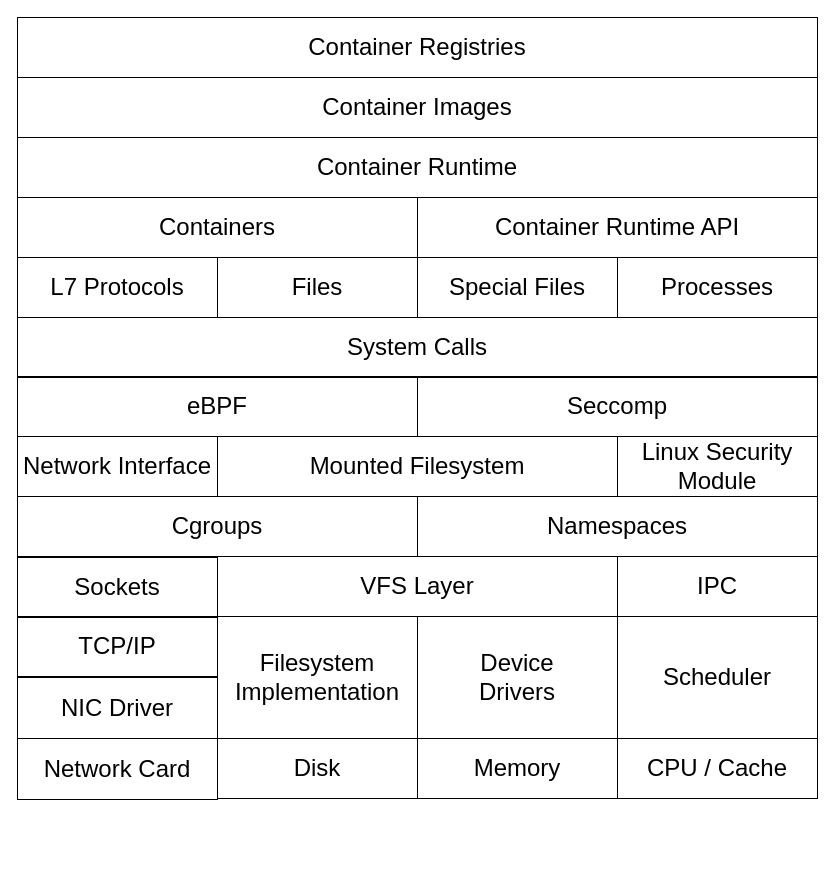
Before: diagrams/diagram.drawio in HuzaifaPatel/houdini, a draw.io diagram. Source tidied: cells renumbered, new cells numbered last; positions are measured from the earlier drawing's top-left corner, leaving out a move shared by most shapes. Both pictures are drawn from the tidied source at 100%, with x=0, y=0 at pixel (17, 17).
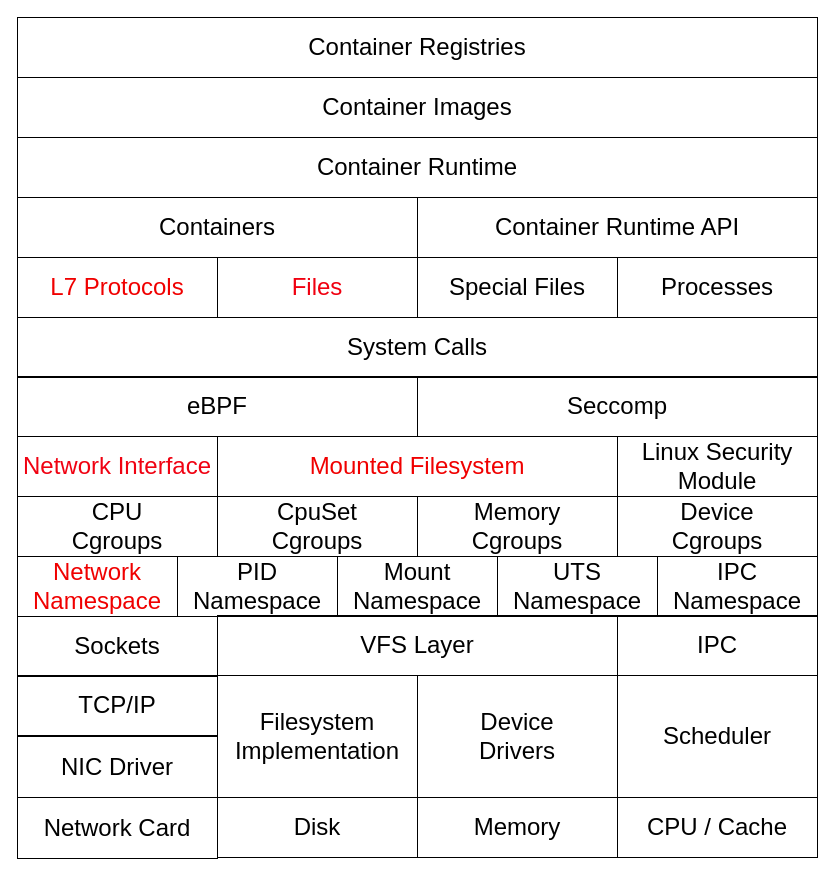
After the change.

Diff of the diagram source:
```diff
@@
-    <mxCell id="7" value="&lt;span style=&quot;font-size: 24px;&quot;&gt;L7 Protocols&lt;/span&gt;" style="rounded=0;whiteSpace=wrap;html=1;fillColor=none;" parent="1" vertex="1">
+    <mxCell id="7" value="&lt;span style=&quot;font-size: 24px;&quot;&gt;L7 Protocols&lt;/span&gt;" style="rounded=0;whiteSpace=wrap;html=1;fillColor=none;fontColor=#F00000;" parent="1" vertex="1">
       <mxGeometry y="240" width="200" height="60" as="geometry" />
     </mxCell>
-    <mxCell id="8" value="&lt;span style=&quot;font-size: 24px;&quot;&gt;Files&lt;/span&gt;" style="rounded=0;whiteSpace=wrap;html=1;fillColor=none;" parent="1" vertex="1">
+    <mxCell id="8" value="&lt;span style=&quot;font-size: 24px;&quot;&gt;Files&lt;/span&gt;" style="rounded=0;whiteSpace=wrap;html=1;fillColor=none;fontColor=#F00010;" parent="1" vertex="1">
       <mxGeometry x="200" y="240" width="200" height="60" as="geometry" />
     </mxCell>
@@
-    <mxCell id="11" value="&lt;span style=&quot;font-size: 24px;&quot;&gt;Cgroups&lt;/span&gt;" style="rounded=0;whiteSpace=wrap;html=1;fillColor=none;" parent="1" vertex="1">
-      <mxGeometry y="479" width="400" height="60" as="geometry" />
+    <mxCell id="11" value="&lt;div&gt;&lt;span style=&quot;font-size: 24px;&quot;&gt;CPU&lt;/span&gt;&lt;/div&gt;&lt;span style=&quot;font-size: 24px;&quot;&gt;Cgroups&lt;/span&gt;" style="rounded=0;whiteSpace=wrap;html=1;fillColor=none;" parent="1" vertex="1">
+      <mxGeometry y="479" width="200" height="60" as="geometry" />
     </mxCell>
-    <mxCell id="12" value="&lt;span style=&quot;font-size: 24px;&quot;&gt;Network Interface&lt;/span&gt;" style="rounded=0;whiteSpace=wrap;html=1;fillColor=none;" parent="1" vertex="1">
+    <mxCell id="12" value="&lt;span style=&quot;font-size: 24px;&quot;&gt;Network Interface&lt;/span&gt;" style="rounded=0;whiteSpace=wrap;html=1;fillColor=none;fontColor=#F00212;" parent="1" vertex="1">
       <mxGeometry y="419" width="200" height="60" as="geometry" />
     </mxCell>
-    <mxCell id="13" value="&lt;span style=&quot;font-size: 24px;&quot;&gt;Mounted Filesystem&lt;/span&gt;" style="rounded=0;whiteSpace=wrap;html=1;fillColor=none;" parent="1" vertex="1">
+    <mxCell id="13" value="&lt;span style=&quot;font-size: 24px;&quot;&gt;Mounted Filesystem&lt;/span&gt;" style="rounded=0;whiteSpace=wrap;html=1;fillColor=none;fontColor=#F00000;" parent="1" vertex="1">
       <mxGeometry x="200" y="419" width="400" height="60" as="geometry" />
     </mxCell>
@@
     <mxCell id="15" value="&lt;span style=&quot;font-size: 24px;&quot;&gt;Sockets&lt;/span&gt;" style="rounded=0;whiteSpace=wrap;html=1;fillColor=none;" parent="1" vertex="1">
-      <mxGeometry y="540" width="200" height="60" as="geometry" />
+      <mxGeometry y="599" width="200" height="60" as="geometry" />
     </mxCell>
     <mxCell id="16" value="&lt;span style=&quot;font-size: 24px;&quot;&gt;VFS Layer&lt;/span&gt;" style="rounded=0;whiteSpace=wrap;html=1;fillColor=none;" parent="1" vertex="1">
-      <mxGeometry x="200" y="539" width="400" height="60" as="geometry" />
+      <mxGeometry x="200" y="598" width="400" height="60" as="geometry" />
     </mxCell>
     <mxCell id="17" value="&lt;span style=&quot;font-size: 24px;&quot;&gt;IPC&lt;/span&gt;" style="rounded=0;whiteSpace=wrap;html=1;fillColor=none;" parent="1" vertex="1">
-      <mxGeometry x="600" y="539" width="200" height="60" as="geometry" />
+      <mxGeometry x="600" y="598" width="200" height="60" as="geometry" />
     </mxCell>
-    <mxCell id="18" value="&lt;span style=&quot;font-size: 24px;&quot;&gt;Namespaces&lt;/span&gt;" style="rounded=0;whiteSpace=wrap;html=1;fillColor=none;" parent="1" vertex="1">
-      <mxGeometry x="400" y="479" width="400" height="60" as="geometry" />
+    <mxCell id="18" value="&lt;span style=&quot;font-size: 24px;&quot;&gt;Network&lt;/span&gt;&lt;div&gt;&lt;span style=&quot;font-size: 24px;&quot;&gt;Namespace&lt;/span&gt;&lt;/div&gt;" style="rounded=0;whiteSpace=wrap;html=1;fillColor=none;fontColor=#F00000;" parent="1" vertex="1">
+      <mxGeometry y="539" width="160" height="60" as="geometry" />
     </mxCell>
     <mxCell id="19" value="&lt;span style=&quot;font-size: 24px;&quot;&gt;TCP/IP&lt;/span&gt;" style="rounded=0;whiteSpace=wrap;html=1;fillColor=none;" parent="1" vertex="1">
-      <mxGeometry y="599" width="200" height="60" as="geometry" />
+      <mxGeometry y="658" width="200" height="60" as="geometry" />
     </mxCell>
     <mxCell id="20" value="&lt;span style=&quot;font-size: 24px;&quot;&gt;NIC Driver&lt;/span&gt;" style="rounded=0;whiteSpace=wrap;html=1;fillColor=none;" parent="1" vertex="1">
-      <mxGeometry y="660" width="200" height="61" as="geometry" />
+      <mxGeometry y="719" width="200" height="61" as="geometry" />
     </mxCell>
     <mxCell id="21" value="&lt;span style=&quot;font-size: 24px;&quot;&gt;Scheduler&lt;/span&gt;" style="rounded=0;whiteSpace=wrap;html=1;fillColor=none;" parent="1" vertex="1">
-      <mxGeometry x="600" y="599" width="200" height="122" as="geometry" />
+      <mxGeometry x="600" y="658" width="200" height="122" as="geometry" />
     </mxCell>
     <mxCell id="22" value="&lt;span style=&quot;font-size: 24px;&quot;&gt;Filesystem&lt;/span&gt;&lt;div&gt;&lt;span style=&quot;font-size: 24px;&quot;&gt;Implementation&lt;/span&gt;&lt;/div&gt;" style="rounded=0;whiteSpace=wrap;html=1;fillColor=none;" parent="1" vertex="1">
-      <mxGeometry x="200" y="599" width="200" height="122" as="geometry" />
+      <mxGeometry x="200" y="658" width="200" height="122" as="geometry" />
     </mxCell>
     <mxCell id="23" value="&lt;span style=&quot;font-size: 24px;&quot;&gt;Device&lt;/span&gt;&lt;div&gt;&lt;span style=&quot;font-size: 24px;&quot;&gt;Drivers&lt;/span&gt;&lt;/div&gt;" style="rounded=0;whiteSpace=wrap;html=1;fillColor=none;" parent="1" vertex="1">
-      <mxGeometry x="400" y="599" width="200" height="122" as="geometry" />
+      <mxGeometry x="400" y="658" width="200" height="122" as="geometry" />
     </mxCell>
     <mxCell id="24" value="&lt;span style=&quot;font-size: 24px;&quot;&gt;Network Card&lt;/span&gt;" style="rounded=0;whiteSpace=wrap;html=1;fillColor=none;" parent="1" vertex="1">
-      <mxGeometry y="721" width="200" height="61" as="geometry" />
+      <mxGeometry y="780" width="200" height="61" as="geometry" />
     </mxCell>
     <mxCell id="25" value="&lt;span style=&quot;font-size: 24px;&quot;&gt;Disk&lt;/span&gt;" style="rounded=0;whiteSpace=wrap;html=1;fillColor=none;" parent="1" vertex="1">
-      <mxGeometry x="200" y="721" width="200" height="60" as="geometry" />
+      <mxGeometry x="200" y="780" width="200" height="60" as="geometry" />
     </mxCell>
     <mxCell id="26" value="&lt;span style=&quot;font-size: 24px;&quot;&gt;Memory&lt;/span&gt;" style="rounded=0;whiteSpace=wrap;html=1;fillColor=none;" parent="1" vertex="1">
-      <mxGeometry x="400" y="721" width="200" height="60" as="geometry" />
+      <mxGeometry x="400" y="780" width="200" height="60" as="geometry" />
     </mxCell>
     <mxCell id="27" value="&lt;span style=&quot;font-size: 24px;&quot;&gt;CPU / Cache&lt;/span&gt;" style="rounded=0;whiteSpace=wrap;html=1;fillColor=none;" parent="1" vertex="1">
-      <mxGeometry x="600" y="721" width="200" height="60" as="geometry" />
+      <mxGeometry x="600" y="780" width="200" height="60" as="geometry" />
     </mxCell>
@@
+    <mxCell id="31" value="&lt;span style=&quot;font-size: 24px;&quot;&gt;IPC&lt;/span&gt;&lt;div&gt;&lt;span style=&quot;font-size: 24px;&quot;&gt;Namespace&lt;/span&gt;&lt;/div&gt;" style="rounded=0;whiteSpace=wrap;html=1;fillColor=none;" parent="1" vertex="1">
+      <mxGeometry x="640" y="539" width="160" height="60" as="geometry" />
+    </mxCell>
+    <mxCell id="32" value="&lt;span style=&quot;font-size: 24px;&quot;&gt;Mount&lt;/span&gt;&lt;div&gt;&lt;span style=&quot;font-size: 24px;&quot;&gt;Namespace&lt;/span&gt;&lt;/div&gt;" style="rounded=0;whiteSpace=wrap;html=1;fillColor=none;" parent="1" vertex="1">
+      <mxGeometry x="320" y="539" width="160" height="60" as="geometry" />
+    </mxCell>
+    <mxCell id="33" value="&lt;span style=&quot;font-size: 24px;&quot;&gt;UTS&lt;/span&gt;&lt;div&gt;&lt;span style=&quot;font-size: 24px;&quot;&gt;Namespace&lt;/span&gt;&lt;/div&gt;" style="rounded=0;whiteSpace=wrap;html=1;fillColor=none;" parent="1" vertex="1">
+      <mxGeometry x="480" y="539" width="160" height="60" as="geometry" />
+    </mxCell>
+    <mxCell id="34" value="&lt;span style=&quot;font-size: 24px;&quot;&gt;PID&lt;/span&gt;&lt;div&gt;&lt;span style=&quot;font-size: 24px;&quot;&gt;Namespace&lt;/span&gt;&lt;/div&gt;" style="rounded=0;whiteSpace=wrap;html=1;fillColor=none;" parent="1" vertex="1">
+      <mxGeometry x="160" y="539" width="160" height="60" as="geometry" />
+    </mxCell>
+    <mxCell id="35" value="&lt;div&gt;&lt;span style=&quot;font-size: 24px;&quot;&gt;CpuSet&lt;/span&gt;&lt;/div&gt;&lt;span style=&quot;font-size: 24px;&quot;&gt;Cgroups&lt;/span&gt;" style="rounded=0;whiteSpace=wrap;html=1;fillColor=none;" parent="1" vertex="1">
+      <mxGeometry x="200" y="479" width="200" height="60" as="geometry" />
+    </mxCell>
+    <mxCell id="36" value="&lt;div&gt;&lt;span style=&quot;font-size: 24px;&quot;&gt;Memory&lt;/span&gt;&lt;/div&gt;&lt;span style=&quot;font-size: 24px;&quot;&gt;Cgroups&lt;/span&gt;" style="rounded=0;whiteSpace=wrap;html=1;fillColor=none;" parent="1" vertex="1">
+      <mxGeometry x="400" y="479" width="200" height="60" as="geometry" />
+    </mxCell>
+    <mxCell id="37" value="&lt;div&gt;&lt;span style=&quot;font-size: 24px;&quot;&gt;Device&lt;/span&gt;&lt;/div&gt;&lt;span style=&quot;font-size: 24px;&quot;&gt;Cgroups&lt;/span&gt;" style="rounded=0;whiteSpace=wrap;html=1;fillColor=none;" parent="1" vertex="1">
+      <mxGeometry x="600" y="479" width="200" height="60" as="geometry" />
+    </mxCell>
```
